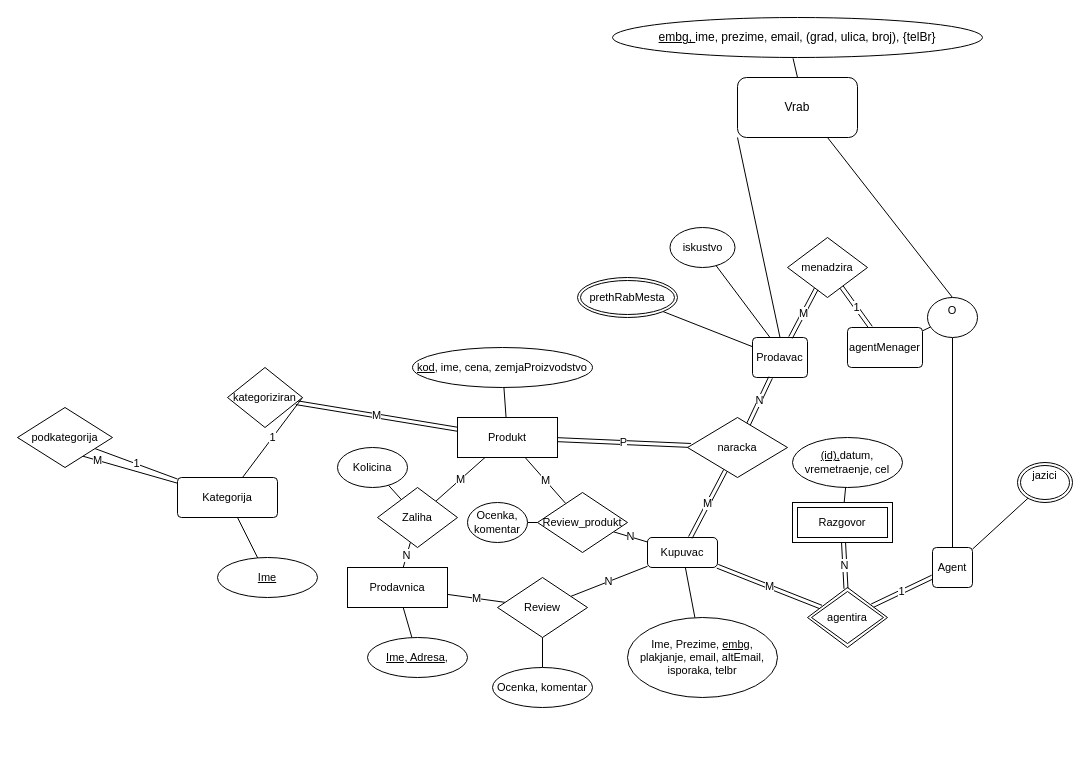
Before: Bazi na podatoci/vezba4.drawio in marin-o/Finki, a draw.io diagram. Source tidied: cells renumbered, new cells numbered last; positions are measured from the earlier drawing's top-left corner, leaving out a move shared by most shapes. Both pictures are drawn from the tidied source at 100%, with x=0, y=0 at pixel (17, 17).
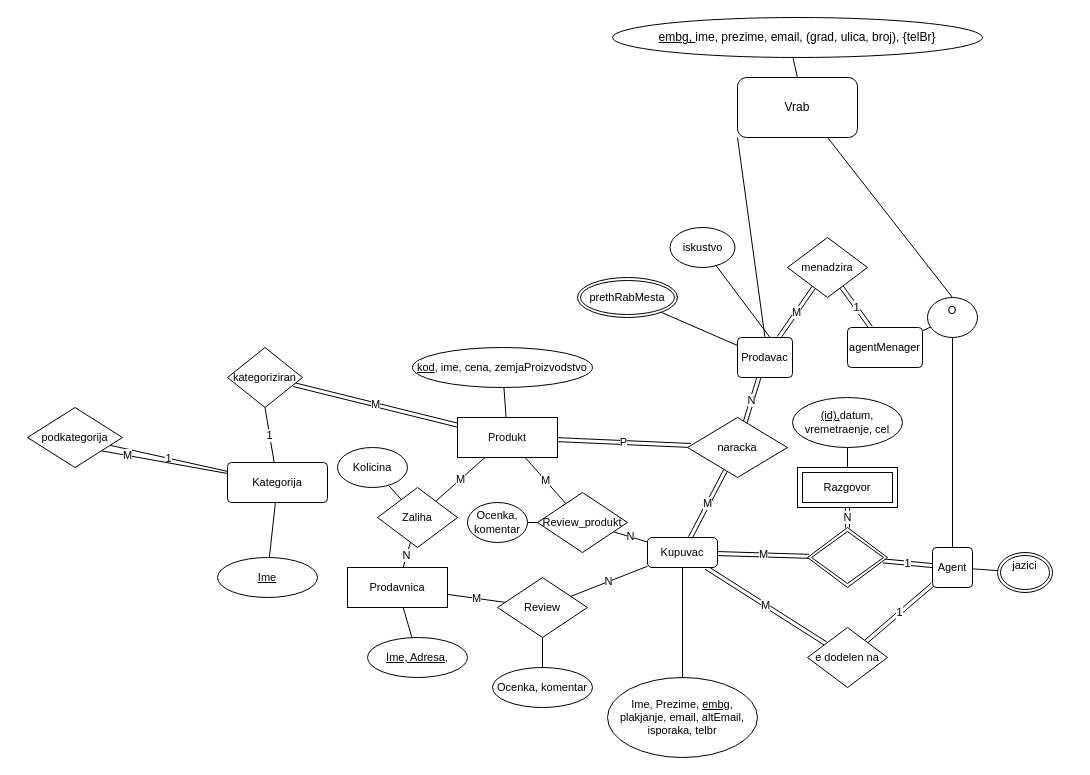
The same diagram, later.

The change refers to these unchanged cells:
```xml
<mxCell id="12" value="Agent" style="rounded=1;arcSize=10;whiteSpace=wrap;html=1;align=center;fontFamily=Helvetica;fontSize=11;fontColor=default;" parent="1" vertex="1">
  <mxGeometry x="915" y="530" width="40" height="40" as="geometry" />
</mxCell>
<mxCell id="46" value="Kupuvac" style="rounded=1;whiteSpace=wrap;html=1;fontFamily=Helvetica;fontSize=11;fontColor=default;" parent="1" vertex="1">
  <mxGeometry x="630" y="520" width="70" height="30" as="geometry" />
</mxCell>
```

Diff of the diagram source:
```diff
@@
     <mxCell id="17" value="Prodavac" style="rounded=1;arcSize=10;whiteSpace=wrap;html=1;align=center;fontFamily=Helvetica;fontSize=11;fontColor=default;" parent="1" vertex="1">
-      <mxGeometry x="735" y="320" width="55" height="40" as="geometry" />
+      <mxGeometry x="720" y="320" width="55" height="40" as="geometry" />
     </mxCell>
@@
     <mxCell id="20" value="&lt;div&gt;jazici&lt;/div&gt;&lt;div&gt;&lt;br&gt;&lt;/div&gt;" style="ellipse;shape=doubleEllipse;margin=3;whiteSpace=wrap;html=1;align=center;fontFamily=Helvetica;fontSize=11;fontColor=default;" parent="1" vertex="1">
-      <mxGeometry x="1000" y="445" width="55" height="40" as="geometry" />
+      <mxGeometry x="980" y="535" width="55" height="40" as="geometry" />
     </mxCell>
@@
     <mxCell id="36" value="Kategorija" style="rounded=1;arcSize=10;whiteSpace=wrap;html=1;align=center;fontFamily=Helvetica;fontSize=11;fontColor=default;" parent="1" vertex="1">
-      <mxGeometry x="160" y="460" width="100" height="40" as="geometry" />
+      <mxGeometry x="210" y="445" width="100" height="40" as="geometry" />
     </mxCell>
@@
     <mxCell id="40" value="podkategorija" style="shape=rhombus;perimeter=rhombusPerimeter;whiteSpace=wrap;html=1;align=center;fontFamily=Helvetica;fontSize=11;fontColor=default;" parent="1" vertex="1">
-      <mxGeometry y="390" width="95" height="60" as="geometry" />
+      <mxGeometry x="10" y="390" width="95" height="60" as="geometry" />
     </mxCell>
-    <mxCell id="41" value="1" style="edgeStyle=none;rounded=0;jettySize=auto;html=1;exitX=1;exitY=0.5;exitDx=0;exitDy=0;labelBackgroundColor=default;strokeColor=default;align=center;verticalAlign=middle;fontFamily=Helvetica;fontSize=11;fontColor=default;endArrow=none;endFill=0;" parent="1" edge="1" source="43" target="36">
+    <mxCell id="41" value="1" style="edgeStyle=none;rounded=0;jettySize=auto;html=1;exitX=0.5;exitY=1;exitDx=0;exitDy=0;labelBackgroundColor=default;strokeColor=default;align=center;verticalAlign=middle;fontFamily=Helvetica;fontSize=11;fontColor=default;endArrow=none;endFill=0;" parent="1" edge="1" source="43" target="36">
       <mxGeometry x="-0.01" relative="1" as="geometry" />
     </mxCell>
@@
     <mxCell id="43" value="kategoriziran" style="shape=rhombus;perimeter=rhombusPerimeter;whiteSpace=wrap;html=1;align=center;fontFamily=Helvetica;fontSize=11;fontColor=default;" parent="1" vertex="1">
-      <mxGeometry x="210" y="350" width="75" height="60" as="geometry" />
+      <mxGeometry x="210" y="330" width="75" height="60" as="geometry" />
     </mxCell>
@@
+    <mxCell id="67" value="M" style="edgeStyle=none;shape=link;rounded=0;jettySize=auto;html=1;labelBackgroundColor=default;strokeColor=default;align=center;verticalAlign=middle;fontFamily=Helvetica;fontSize=11;fontColor=default;endArrow=none;endFill=0;" parent="1" edge="1" source="46" target="69">
+      <mxGeometry relative="1" as="geometry" />
+    </mxCell>
@@
     <mxCell id="47" value="Ime, Prezime, &lt;u&gt;embg&lt;/u&gt;, plakjanje, email, altEmail, isporaka, telbr" style="ellipse;whiteSpace=wrap;html=1;align=center;fontFamily=Helvetica;fontSize=11;fontColor=default;" parent="1" vertex="1">
-      <mxGeometry x="610" y="600" width="150" height="80" as="geometry" />
+      <mxGeometry x="590" y="660" width="150" height="80" as="geometry" />
     </mxCell>
@@
-    <mxCell id="53" value="agentira" style="shape=rhombus;perimeter=rhombusPerimeter;whiteSpace=wrap;html=1;align=center;fontFamily=Helvetica;fontSize=11;fontColor=default;double=1;" parent="1" vertex="1">
-      <mxGeometry x="790" y="570" width="80" height="60" as="geometry" />
+    <mxCell id="53" style="shape=rhombus;perimeter=rhombusPerimeter;whiteSpace=wrap;html=1;align=center;fontFamily=Helvetica;fontSize=11;fontColor=default;double=1;" parent="1" vertex="1">
+      <mxGeometry x="790" y="510" width="80" height="60" as="geometry" />
     </mxCell>
@@
     <mxCell id="55" value="Razgovor" style="shape=ext;margin=3;double=1;whiteSpace=wrap;html=1;align=center;fontFamily=Helvetica;fontSize=11;fontColor=default;" parent="1" vertex="1">
-      <mxGeometry x="775" y="485" width="100" height="40" as="geometry" />
+      <mxGeometry x="780" y="450" width="100" height="40" as="geometry" />
     </mxCell>
@@
     <mxCell id="57" value="&lt;u&gt;(id),&lt;/u&gt;datum, vremetraenje, cel" style="ellipse;whiteSpace=wrap;html=1;align=center;fontFamily=Helvetica;fontSize=11;fontColor=default;" parent="1" vertex="1">
-      <mxGeometry x="775" y="420" width="110" height="50" as="geometry" />
+      <mxGeometry x="775" y="380" width="110" height="50" as="geometry" />
     </mxCell>
@@
+    <mxCell id="68" value="1" style="edgeStyle=none;shape=link;rounded=0;jettySize=auto;html=1;labelBackgroundColor=default;strokeColor=default;align=center;verticalAlign=middle;fontFamily=Helvetica;fontSize=11;fontColor=default;endArrow=none;endFill=0;" parent="1" edge="1" source="69" target="12">
+      <mxGeometry relative="1" as="geometry" />
+    </mxCell>
+    <mxCell id="69" value="e dodelen na" style="shape=rhombus;perimeter=rhombusPerimeter;whiteSpace=wrap;html=1;align=center;fontFamily=Helvetica;fontSize=11;fontColor=default;" parent="1" vertex="1">
+      <mxGeometry x="790" y="610" width="80" height="60" as="geometry" />
+    </mxCell>
```
